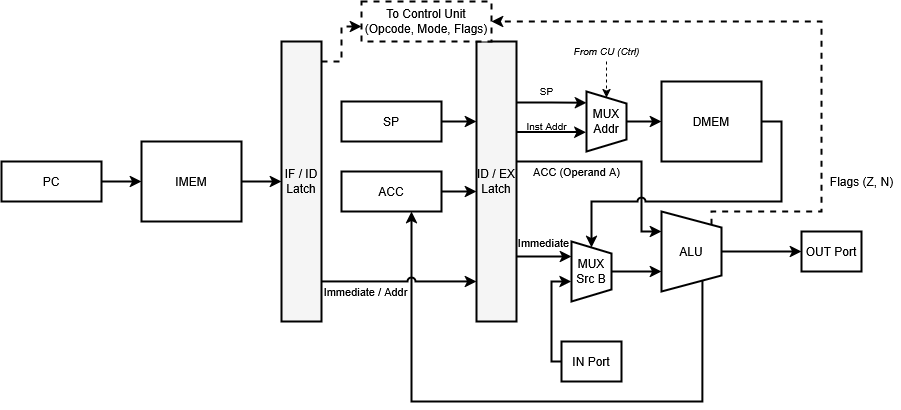
This is img/DataPath.png from Antichnoste/csa-lab4, a draw.io export, as it was before one commit. Source tidied: cells renumbered, new cells last; positions are measured from the earlier drawing's top-left corner, leaving out a move shared by most shapes. The source it was exported from:
```xml
<mxGraphModel>
  <root>
    <mxCell id="0" />
    <mxCell id="1" parent="0" />
    <mxCell id="2" value="PC" style="rounded=0;whiteSpace=wrap;html=1;fillColor=#ffffff;strokeColor=#000000;fontColor=#000000;strokeWidth=2;" parent="1" vertex="1">
      <mxGeometry y="160" width="100" height="40" as="geometry" />
    </mxCell>
    <mxCell id="3" value="IMEM" style="rounded=0;whiteSpace=wrap;html=1;fillColor=#ffffff;strokeColor=#000000;fontColor=#000000;strokeWidth=2;" parent="1" vertex="1">
      <mxGeometry x="140" y="140" width="100" height="80" as="geometry" />
    </mxCell>
    <mxCell id="4" style="edgeStyle=orthogonalEdgeStyle;rounded=0;html=1;strokeColor=#000000;strokeWidth=2;" parent="1" edge="1" source="2" target="3">
      <mxGeometry relative="1" as="geometry" />
    </mxCell>
    <mxCell id="5" value="IF / ID&#10;Latch" style="rounded=0;whiteSpace=wrap;html=1;fillColor=#f5f5f5;strokeColor=#000000;fontColor=#000000;strokeWidth=2;" parent="1" vertex="1">
      <mxGeometry x="280" y="40" width="40" height="280" as="geometry" />
    </mxCell>
    <mxCell id="6" style="edgeStyle=orthogonalEdgeStyle;rounded=0;html=1;strokeColor=#000000;strokeWidth=2;" parent="1" edge="1" source="3" target="5">
      <mxGeometry relative="1" as="geometry" />
    </mxCell>
    <mxCell id="7" style="edgeStyle=orthogonalEdgeStyle;rounded=0;html=1;dashed=1;strokeColor=#000000;strokeWidth=2;" parent="1" edge="1" source="5">
      <mxGeometry relative="1" as="geometry">
        <mxPoint x="360" y="25" as="targetPoint" />
        <Array as="points">
          <mxPoint x="340" y="60" />
          <mxPoint x="340" y="25" />
        </Array>
      </mxGeometry>
    </mxCell>
    <mxCell id="8" value="SP" style="rounded=0;whiteSpace=wrap;html=1;fillColor=#ffffff;strokeColor=#000000;fontColor=#000000;strokeWidth=2;" parent="1" vertex="1">
      <mxGeometry x="340" y="100" width="100" height="40" as="geometry" />
    </mxCell>
    <mxCell id="9" value="ACC" style="rounded=0;whiteSpace=wrap;html=1;fillColor=#ffffff;strokeColor=#000000;fontColor=#000000;strokeWidth=2;" parent="1" vertex="1">
      <mxGeometry x="340" y="170" width="100" height="40" as="geometry" />
    </mxCell>
    <mxCell id="10" value="ID / EX&#10;Latch" style="rounded=0;whiteSpace=wrap;html=1;fillColor=#f5f5f5;strokeColor=#000000;fontColor=#000000;strokeWidth=2;" parent="1" vertex="1">
      <mxGeometry x="475" y="40" width="40" height="280" as="geometry" />
    </mxCell>
    <mxCell id="11" style="edgeStyle=orthogonalEdgeStyle;rounded=0;html=1;strokeColor=#000000;strokeWidth=2;" parent="1" edge="1" source="8" target="10">
      <mxGeometry relative="1" as="geometry">
        <Array as="points">
          <mxPoint x="480" y="120" />
          <mxPoint x="480" y="120" />
        </Array>
      </mxGeometry>
    </mxCell>
    <mxCell id="12" style="edgeStyle=orthogonalEdgeStyle;rounded=0;html=1;strokeColor=#000000;strokeWidth=2;" parent="1" edge="1" source="9" target="10">
      <mxGeometry relative="1" as="geometry">
        <Array as="points">
          <mxPoint x="490" y="200" />
          <mxPoint x="490" y="200" />
        </Array>
      </mxGeometry>
    </mxCell>
    <mxCell id="13" value="MUX&#10;Addr" style="shape=trapezoid;perimeter=trapezoidPerimeter;whiteSpace=wrap;html=1;direction=south;fillColor=#ffffff;strokeColor=#000000;strokeWidth=2;" parent="1" vertex="1">
      <mxGeometry x="585" y="90" width="40" height="60" as="geometry" />
    </mxCell>
    <mxCell id="14" value="DMEM" style="rounded=0;whiteSpace=wrap;html=1;fillColor=#ffffff;strokeColor=#000000;fontColor=#000000;strokeWidth=2;" parent="1" vertex="1">
      <mxGeometry x="660" y="80" width="100" height="80" as="geometry" />
    </mxCell>
    <mxCell id="15" style="edgeStyle=orthogonalEdgeStyle;rounded=0;html=1;strokeColor=#000000;strokeWidth=2;" parent="1" edge="1" source="13" target="14">
      <mxGeometry relative="1" as="geometry" />
    </mxCell>
    <mxCell id="16" value="MUX&#10;Src B" style="shape=trapezoid;perimeter=trapezoidPerimeter;whiteSpace=wrap;html=1;direction=south;fillColor=#ffffff;strokeColor=#000000;strokeWidth=2;" parent="1" vertex="1">
      <mxGeometry x="570" y="240" width="40" height="60" as="geometry" />
    </mxCell>
    <mxCell id="17" value="ALU" style="shape=trapezoid;perimeter=trapezoidPerimeter;whiteSpace=wrap;html=1;direction=south;fillColor=#ffffff;strokeColor=#000000;strokeWidth=2;" parent="1" vertex="1">
      <mxGeometry x="660" y="210" width="60" height="80" as="geometry" />
    </mxCell>
    <mxCell id="18" style="edgeStyle=orthogonalEdgeStyle;rounded=0;html=1;strokeColor=#000000;strokeWidth=2;entryX=0.188;entryY=0.999;entryDx=0;entryDy=0;entryPerimeter=0;" parent="1" edge="1" source="10" target="13">
      <mxGeometry relative="1" as="geometry">
        <Array as="points">
          <mxPoint x="550" y="101" />
          <mxPoint x="550" y="101" />
        </Array>
      </mxGeometry>
    </mxCell>
    <mxCell id="19" style="edgeStyle=orthogonalEdgeStyle;rounded=0;html=1;strokeColor=#000000;strokeWidth=2;entryX=0.677;entryY=1.01;entryDx=0;entryDy=0;entryPerimeter=0;" parent="1" edge="1" source="10" target="13">
      <mxGeometry relative="1" as="geometry">
        <Array as="points">
          <mxPoint x="550" y="130" />
        </Array>
      </mxGeometry>
    </mxCell>
    <mxCell id="20" style="edgeStyle=orthogonalEdgeStyle;rounded=0;html=1;strokeColor=#000000;strokeWidth=2;entryX=0.25;entryY=1;entryDx=0;entryDy=0;" parent="1" edge="1" source="10" target="16">
      <mxGeometry relative="1" as="geometry">
        <Array as="points">
          <mxPoint x="550" y="255" />
          <mxPoint x="550" y="255" />
        </Array>
      </mxGeometry>
    </mxCell>
    <mxCell id="21" value="Immediate" style="edgeLabel;html=1;align=center;verticalAlign=middle;" parent="20" vertex="1">
      <mxGeometry x="0.1" relative="1" as="geometry">
        <mxPoint x="-4" y="-14" as="offset" />
      </mxGeometry>
    </mxCell>
    <mxCell id="22" style="edgeStyle=orthogonalEdgeStyle;rounded=0;html=1;strokeColor=#000000;strokeWidth=2;" parent="1" edge="1" source="10" target="17">
      <mxGeometry relative="1" as="geometry">
        <Array as="points">
          <mxPoint x="640" y="160" />
          <mxPoint x="640" y="230" />
        </Array>
      </mxGeometry>
    </mxCell>
    <mxCell id="23" value="ACC (Operand A)" style="edgeLabel;html=1;align=center;verticalAlign=middle;" parent="22" vertex="1">
      <mxGeometry relative="1" as="geometry">
        <mxPoint x="-48" y="10" as="offset" />
      </mxGeometry>
    </mxCell>
    <mxCell id="24" style="edgeStyle=orthogonalEdgeStyle;rounded=0;html=1;strokeColor=#000000;strokeWidth=2;exitX=0.5;exitY=0;exitDx=0;exitDy=0;" parent="1" edge="1" source="16" target="17">
      <mxGeometry relative="1" as="geometry">
        <Array as="points">
          <mxPoint x="620" y="270" />
          <mxPoint x="620" y="270" />
        </Array>
      </mxGeometry>
    </mxCell>
    <mxCell id="25" style="edgeStyle=orthogonalEdgeStyle;rounded=0;html=1;strokeColor=#000000;strokeWidth=2;jumpStyle=arc;" parent="1" edge="1" source="14" target="16">
      <mxGeometry relative="1" as="geometry">
        <Array as="points">
          <mxPoint x="780" y="120" />
          <mxPoint x="780" y="200" />
          <mxPoint x="590" y="200" />
          <mxPoint x="590" y="240" />
        </Array>
      </mxGeometry>
    </mxCell>
    <mxCell id="26" value="IN Port" style="rounded=0;whiteSpace=wrap;html=1;fillColor=#ffffff;strokeColor=#000000;strokeWidth=2;" parent="1" vertex="1">
      <mxGeometry x="560" y="340" width="60" height="40" as="geometry" />
    </mxCell>
    <mxCell id="27" value="OUT Port" style="rounded=0;whiteSpace=wrap;html=1;fillColor=#ffffff;strokeColor=#000000;strokeWidth=2;" parent="1" vertex="1">
      <mxGeometry x="800" y="230" width="60" height="40" as="geometry" />
    </mxCell>
    <mxCell id="28" style="edgeStyle=orthogonalEdgeStyle;rounded=0;html=1;strokeColor=#000000;strokeWidth=2;entryX=0.681;entryY=1.008;entryDx=0;entryDy=0;entryPerimeter=0;" parent="1" edge="1" source="26" target="16">
      <mxGeometry relative="1" as="geometry">
        <Array as="points">
          <mxPoint x="550" y="360" />
          <mxPoint x="550" y="280" />
          <mxPoint x="570" y="280" />
        </Array>
      </mxGeometry>
    </mxCell>
    <mxCell id="29" style="edgeStyle=orthogonalEdgeStyle;rounded=0;html=1;strokeColor=#000000;strokeWidth=2;" parent="1" edge="1" source="17" target="27">
      <mxGeometry relative="1" as="geometry" />
    </mxCell>
    <mxCell id="30" style="edgeStyle=orthogonalEdgeStyle;rounded=0;html=1;strokeColor=#000000;strokeWidth=2;exitX=1;exitY=0.25;exitDx=0;exitDy=0;" parent="1" edge="1" source="17" target="9">
      <mxGeometry relative="1" as="geometry">
        <Array as="points">
          <mxPoint x="701" y="400" />
          <mxPoint x="410" y="400" />
        </Array>
      </mxGeometry>
    </mxCell>
    <mxCell id="31" value="Flags (Z, N)" style="text;html=1;align=center;verticalAlign=middle;strokeColor=none;fillColor=none;" parent="1" vertex="1">
      <mxGeometry x="820" y="165" width="80" height="30" as="geometry" />
    </mxCell>
    <mxCell id="32" style="edgeStyle=orthogonalEdgeStyle;rounded=0;html=1;dashed=1;strokeColor=#000000;strokeWidth=2;exitX=0;exitY=0;exitDx=0;exitDy=0;entryX=1;entryY=0.5;entryDx=0;entryDy=0;" parent="1" edge="1" source="17" target="33">
      <mxGeometry relative="1" as="geometry">
        <Array as="points">
          <mxPoint x="710" y="210" />
          <mxPoint x="820" y="210" />
          <mxPoint x="820" y="20" />
        </Array>
      </mxGeometry>
    </mxCell>
    <mxCell id="33" value="To Control Unit&lt;br&gt;(Opcode, Mode, Flags)" style="rounded=0;whiteSpace=wrap;html=1;fillColor=#ffffff;strokeColor=#000000;fontColor=#000000;strokeWidth=2;dashed=1;" parent="1" vertex="1">
      <mxGeometry x="360" width="130" height="40" as="geometry" />
    </mxCell>
    <mxCell id="34" style="edgeStyle=orthogonalEdgeStyle;rounded=0;html=1;strokeColor=#000000;strokeWidth=2;jumpStyle=arc;" parent="1" edge="1" source="5" target="10">
      <mxGeometry relative="1" as="geometry">
        <Array as="points">
          <mxPoint x="340" y="280" />
          <mxPoint x="460" y="280" />
        </Array>
      </mxGeometry>
    </mxCell>
    <mxCell id="35" value="Immediate / Addr" style="edgeLabel;html=1;align=center;verticalAlign=middle;" parent="34" vertex="1">
      <mxGeometry x="0.1" relative="1" as="geometry">
        <mxPoint x="-42" y="10" as="offset" />
      </mxGeometry>
    </mxCell>
    <mxCell id="36" value="SP" style="text;html=1;align=center;verticalAlign=middle;strokeColor=none;fillColor=none;fontSize=10;" parent="1" vertex="1">
      <mxGeometry x="530" y="80" width="30" height="20" as="geometry" />
    </mxCell>
    <mxCell id="37" value="Inst Addr" style="text;html=1;align=center;verticalAlign=middle;strokeColor=none;fillColor=none;fontSize=10;" parent="1" vertex="1">
      <mxGeometry x="515" y="115" width="60" height="20" as="geometry" />
    </mxCell>
    <mxCell id="38" value="From CU (Ctrl)" style="text;html=1;align=center;verticalAlign=middle;points=[];strokeColor=none;fillColor=none;fontSize=10;fontStyle=2;" parent="1" vertex="1">
      <mxGeometry x="560" y="40" width="90" height="20" as="geometry" />
    </mxCell>
    <mxCell id="39" style="edgeStyle=orthogonalEdgeStyle;rounded=0;html=1;dashed=1;strokeColor=#000000;strokeWidth=1;" parent="1" edge="1" source="38" target="13">
      <mxGeometry relative="1" as="geometry" />
    </mxCell>
  </root>
</mxGraphModel>
```
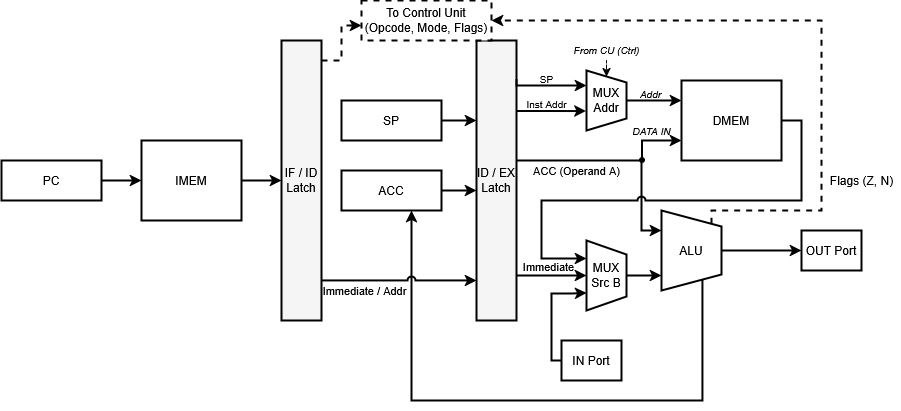
The same file after the commit.

The edit, as a diff of the source:
```diff
@@ -52,46 +52,51 @@
       </mxGeometry>
     </mxCell>
     <mxCell id="13" value="MUX&#10;Addr" style="shape=trapezoid;perimeter=trapezoidPerimeter;whiteSpace=wrap;html=1;direction=south;fillColor=#ffffff;strokeColor=#000000;strokeWidth=2;" parent="1" vertex="1">
-      <mxGeometry x="585" y="90" width="40" height="60" as="geometry" />
+      <mxGeometry x="585" y="70" width="40" height="60" as="geometry" />
     </mxCell>
     <mxCell id="14" value="DMEM" style="rounded=0;whiteSpace=wrap;html=1;fillColor=#ffffff;strokeColor=#000000;fontColor=#000000;strokeWidth=2;" parent="1" vertex="1">
-      <mxGeometry x="660" y="80" width="100" height="80" as="geometry" />
+      <mxGeometry x="680" y="80" width="100" height="80" as="geometry" />
     </mxCell>
-    <mxCell id="15" style="edgeStyle=orthogonalEdgeStyle;rounded=0;html=1;strokeColor=#000000;strokeWidth=2;" parent="1" edge="1" source="13" target="14">
-      <mxGeometry relative="1" as="geometry" />
+    <mxCell id="15" style="edgeStyle=orthogonalEdgeStyle;rounded=0;html=1;strokeColor=#000000;strokeWidth=2;entryX=0;entryY=0.25;entryDx=0;entryDy=0;" parent="1" edge="1" source="13" target="14">
+      <mxGeometry relative="1" as="geometry">
+        <Array as="points">
+          <mxPoint x="650" y="100" />
+          <mxPoint x="650" y="100" />
+        </Array>
+      </mxGeometry>
     </mxCell>
     <mxCell id="16" value="MUX&#10;Src B" style="shape=trapezoid;perimeter=trapezoidPerimeter;whiteSpace=wrap;html=1;direction=south;fillColor=#ffffff;strokeColor=#000000;strokeWidth=2;" parent="1" vertex="1">
-      <mxGeometry x="570" y="240" width="40" height="60" as="geometry" />
+      <mxGeometry x="585" y="240" width="40" height="70" as="geometry" />
     </mxCell>
     <mxCell id="17" value="ALU" style="shape=trapezoid;perimeter=trapezoidPerimeter;whiteSpace=wrap;html=1;direction=south;fillColor=#ffffff;strokeColor=#000000;strokeWidth=2;" parent="1" vertex="1">
       <mxGeometry x="660" y="210" width="60" height="80" as="geometry" />
     </mxCell>
-    <mxCell id="18" style="edgeStyle=orthogonalEdgeStyle;rounded=0;html=1;strokeColor=#000000;strokeWidth=2;entryX=0.188;entryY=0.999;entryDx=0;entryDy=0;entryPerimeter=0;" parent="1" edge="1" source="10" target="13">
+    <mxCell id="18" style="edgeStyle=orthogonalEdgeStyle;rounded=0;html=1;strokeColor=#000000;strokeWidth=2;entryX=0.25;entryY=1;entryDx=0;entryDy=0;" parent="1" edge="1" target="13">
       <mxGeometry relative="1" as="geometry">
+        <mxPoint x="515" y="79" as="sourcePoint" />
         <Array as="points">
-          <mxPoint x="550" y="101" />
-          <mxPoint x="550" y="101" />
+          <mxPoint x="515" y="85" />
         </Array>
       </mxGeometry>
     </mxCell>
     <mxCell id="19" style="edgeStyle=orthogonalEdgeStyle;rounded=0;html=1;strokeColor=#000000;strokeWidth=2;entryX=0.677;entryY=1.01;entryDx=0;entryDy=0;entryPerimeter=0;" parent="1" edge="1" source="10" target="13">
       <mxGeometry relative="1" as="geometry">
         <Array as="points">
-          <mxPoint x="550" y="130" />
+          <mxPoint x="550" y="110" />
         </Array>
       </mxGeometry>
     </mxCell>
-    <mxCell id="20" style="edgeStyle=orthogonalEdgeStyle;rounded=0;html=1;strokeColor=#000000;strokeWidth=2;entryX=0.25;entryY=1;entryDx=0;entryDy=0;" parent="1" edge="1" source="10" target="16">
+    <mxCell id="20" style="edgeStyle=orthogonalEdgeStyle;rounded=0;html=1;strokeColor=#000000;strokeWidth=2;" parent="1" edge="1" source="10" target="16">
       <mxGeometry relative="1" as="geometry">
         <Array as="points">
-          <mxPoint x="550" y="255" />
-          <mxPoint x="550" y="255" />
+          <mxPoint x="530" y="275" />
+          <mxPoint x="530" y="275" />
         </Array>
       </mxGeometry>
     </mxCell>
     <mxCell id="21" value="Immediate" style="edgeLabel;html=1;align=center;verticalAlign=middle;" parent="20" vertex="1">
       <mxGeometry x="0.1" relative="1" as="geometry">
-        <mxPoint x="-4" y="-14" as="offset" />
+        <mxPoint x="-7" y="-9" as="offset" />
       </mxGeometry>
     </mxCell>
     <mxCell id="22" style="edgeStyle=orthogonalEdgeStyle;rounded=0;html=1;strokeColor=#000000;strokeWidth=2;" parent="1" edge="1" source="10" target="17">
@@ -110,18 +115,19 @@
     <mxCell id="24" style="edgeStyle=orthogonalEdgeStyle;rounded=0;html=1;strokeColor=#000000;strokeWidth=2;exitX=0.5;exitY=0;exitDx=0;exitDy=0;" parent="1" edge="1" source="16" target="17">
       <mxGeometry relative="1" as="geometry">
         <Array as="points">
-          <mxPoint x="620" y="270" />
-          <mxPoint x="620" y="270" />
+          <mxPoint x="625" y="275" />
+          <mxPoint x="625" y="275" />
         </Array>
       </mxGeometry>
     </mxCell>
-    <mxCell id="25" style="edgeStyle=orthogonalEdgeStyle;rounded=0;html=1;strokeColor=#000000;strokeWidth=2;jumpStyle=arc;" parent="1" edge="1" source="14" target="16">
+    <mxCell id="25" style="edgeStyle=orthogonalEdgeStyle;rounded=0;html=1;strokeColor=#000000;strokeWidth=2;jumpStyle=arc;entryX=0.25;entryY=1;entryDx=0;entryDy=0;" parent="1" edge="1" source="14" target="16">
       <mxGeometry relative="1" as="geometry">
         <Array as="points">
-          <mxPoint x="780" y="120" />
-          <mxPoint x="780" y="200" />
-          <mxPoint x="590" y="200" />
-          <mxPoint x="590" y="240" />
+          <mxPoint x="800" y="120" />
+          <mxPoint x="800" y="200" />
+          <mxPoint x="540" y="200" />
+          <mxPoint x="540" y="258" />
+          <mxPoint x="585" y="258" />
         </Array>
       </mxGeometry>
     </mxCell>
@@ -131,12 +137,12 @@
     <mxCell id="27" value="OUT Port" style="rounded=0;whiteSpace=wrap;html=1;fillColor=#ffffff;strokeColor=#000000;strokeWidth=2;" parent="1" vertex="1">
       <mxGeometry x="800" y="230" width="60" height="40" as="geometry" />
     </mxCell>
-    <mxCell id="28" style="edgeStyle=orthogonalEdgeStyle;rounded=0;html=1;strokeColor=#000000;strokeWidth=2;entryX=0.681;entryY=1.008;entryDx=0;entryDy=0;entryPerimeter=0;" parent="1" edge="1" source="26" target="16">
+    <mxCell id="28" style="edgeStyle=orthogonalEdgeStyle;rounded=0;html=1;strokeColor=#000000;strokeWidth=2;entryX=0.75;entryY=1;entryDx=0;entryDy=0;" parent="1" edge="1" source="26" target="16">
       <mxGeometry relative="1" as="geometry">
         <Array as="points">
           <mxPoint x="550" y="360" />
-          <mxPoint x="550" y="280" />
-          <mxPoint x="570" y="280" />
+          <mxPoint x="550" y="293" />
+          <mxPoint x="570" y="293" />
         </Array>
       </mxGeometry>
     </mxCell>
@@ -180,10 +186,10 @@
       </mxGeometry>
     </mxCell>
     <mxCell id="36" value="SP" style="text;html=1;align=center;verticalAlign=middle;strokeColor=none;fillColor=none;fontSize=10;" parent="1" vertex="1">
-      <mxGeometry x="530" y="80" width="30" height="20" as="geometry" />
+      <mxGeometry x="530" y="69" width="30" height="20" as="geometry" />
     </mxCell>
     <mxCell id="37" value="Inst Addr" style="text;html=1;align=center;verticalAlign=middle;strokeColor=none;fillColor=none;fontSize=10;" parent="1" vertex="1">
-      <mxGeometry x="515" y="115" width="60" height="20" as="geometry" />
+      <mxGeometry x="515" y="94" width="60" height="20" as="geometry" />
     </mxCell>
     <mxCell id="38" value="From CU (Ctrl)" style="text;html=1;align=center;verticalAlign=middle;points=[];strokeColor=none;fillColor=none;fontSize=10;fontStyle=2;" parent="1" vertex="1">
       <mxGeometry x="560" y="40" width="90" height="20" as="geometry" />
@@ -191,5 +197,21 @@
     <mxCell id="39" style="edgeStyle=orthogonalEdgeStyle;rounded=0;html=1;dashed=1;strokeColor=#000000;strokeWidth=1;" parent="1" edge="1" source="38" target="13">
       <mxGeometry relative="1" as="geometry" />
     </mxCell>
+    <mxCell id="40" value="Addr" style="text;html=1;align=center;verticalAlign=middle;strokeColor=none;fillColor=none;fontSize=10;fontStyle=2;" parent="1" vertex="1">
+      <mxGeometry x="629" y="79" width="40" height="30" as="geometry" />
+    </mxCell>
+    <mxCell id="41" style="edgeStyle=orthogonalEdgeStyle;rounded=0;jettySize=auto;html=1;entryX=0;entryY=0.75;entryDx=0;entryDy=0;strokeWidth=2;" parent="1" edge="1" source="42" target="14">
+      <mxGeometry relative="1" as="geometry">
+        <Array as="points">
+          <mxPoint x="640" y="140" />
+        </Array>
+      </mxGeometry>
+    </mxCell>
+    <mxCell id="42" style="ellipse;fillColor=#000000;" parent="1" vertex="1">
+      <mxGeometry x="638" y="157" width="5" height="5" as="geometry" />
+    </mxCell>
+    <mxCell id="43" value="&lt;div&gt;DATA&amp;nbsp;IN&lt;/div&gt;" style="text;html=1;align=center;verticalAlign=middle;strokeColor=none;fillColor=none;fontSize=10;fontStyle=2;" parent="1" vertex="1">
+      <mxGeometry x="620" y="116" width="60" height="30" as="geometry" />
+    </mxCell>
   </root>
 </mxGraphModel>
```
